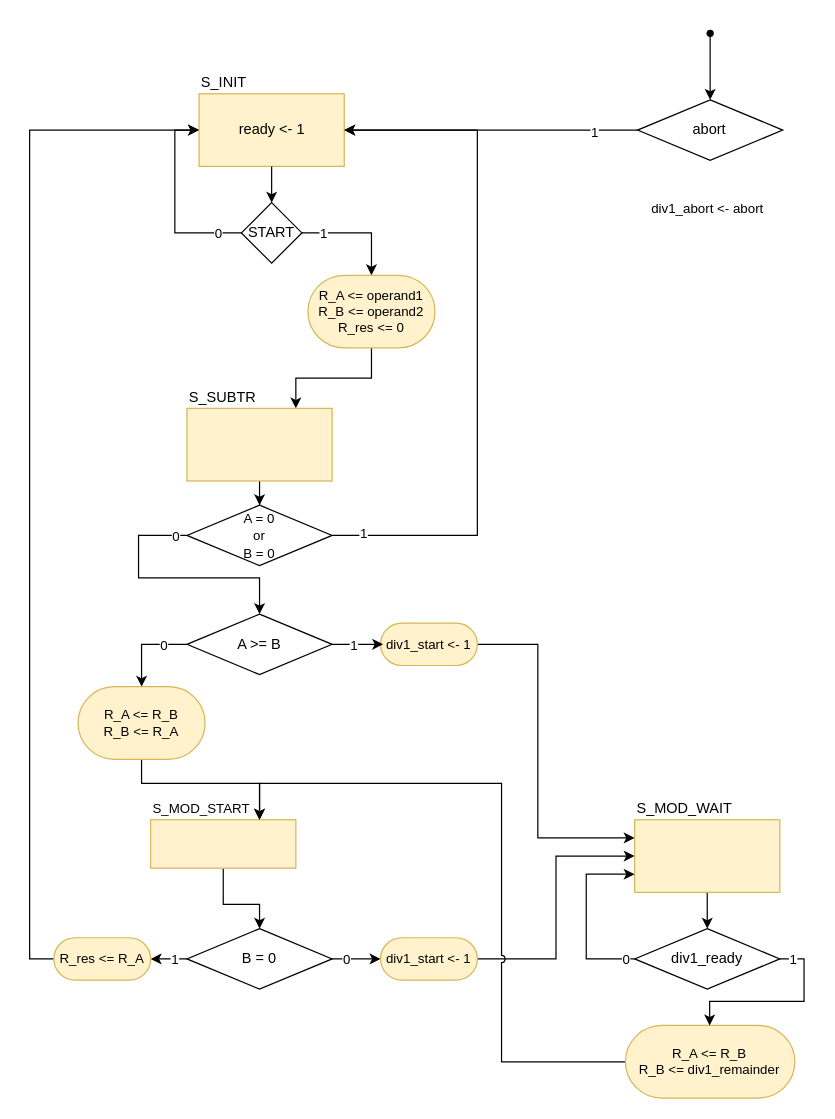
The draw.io diagram page "mcd_ctrl" (6 of 7) of ASMcharts/ASM.drawio in DavidTrevisan/calcolatori_elettronici_2025, before the edit. Source tidied: cells renumbered, new cells numbered last; positions are measured from the earlier drawing's top-left corner, leaving out a move shared by most shapes. Both pictures are drawn from the tidied source at 121%, with x=0, y=0 at pixel (29, 21).
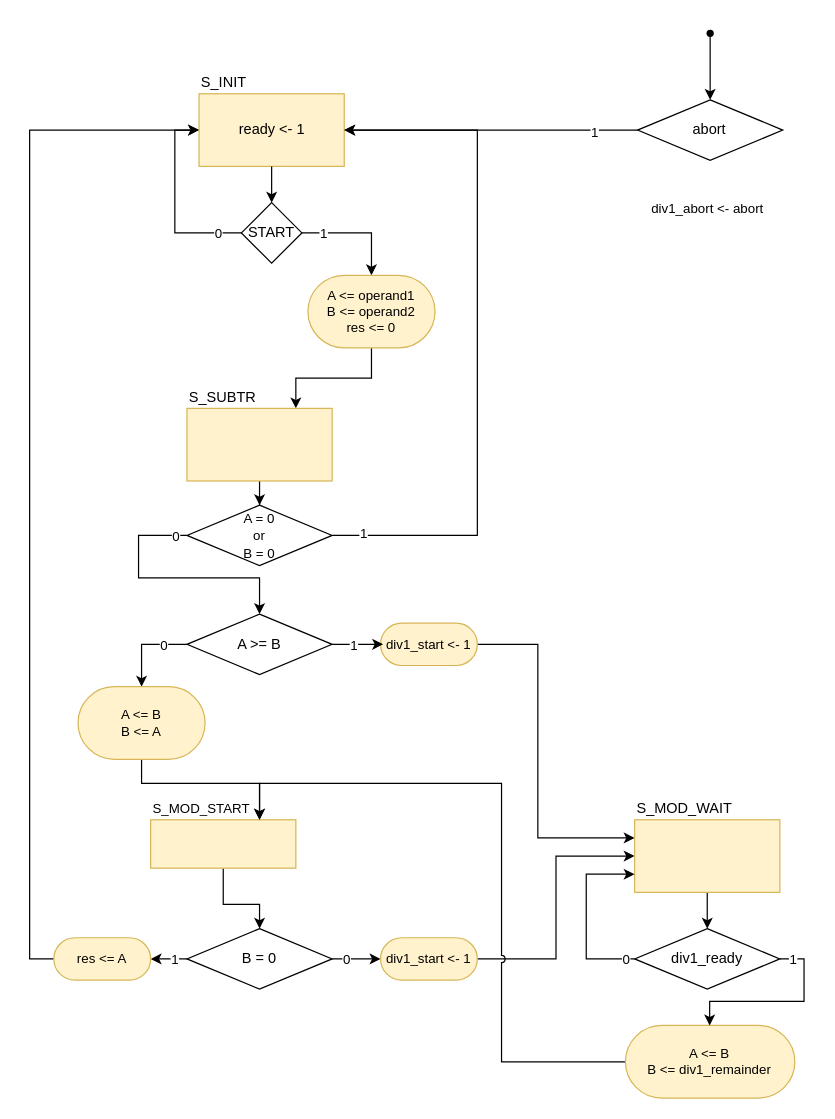
The same page after the edit.

The edit, as a diff of the source:
```diff
@@
-    <mxCell id="11" value="&lt;div&gt;R_A &amp;lt;= operand1&lt;/div&gt;&lt;div&gt;R_B &amp;lt;= operand2&lt;/div&gt;&lt;div&gt;R_res &amp;lt;= 0&lt;/div&gt;" style="rounded=1;whiteSpace=wrap;html=1;fontFamily=Helvetica;fontSize=11;labelBackgroundColor=none;fillColor=#fff2cc;strokeColor=#d6b656;arcSize=50;" parent="1" vertex="1">
+    <mxCell id="11" value="A &amp;lt;= operand1&lt;div&gt;B &amp;lt;= operand2&lt;/div&gt;&lt;div&gt;res &amp;lt;= 0&lt;/div&gt;" style="rounded=1;whiteSpace=wrap;html=1;fontFamily=Helvetica;fontSize=11;labelBackgroundColor=none;fillColor=#fff2cc;strokeColor=#d6b656;arcSize=50;" parent="1" vertex="1">
       <mxGeometry x="230" y="210" width="105" height="60" as="geometry" />
     </mxCell>
@@
-    <mxCell id="35" value="R_res &amp;lt;= R_A" style="rounded=1;whiteSpace=wrap;html=1;fontFamily=Helvetica;fontSize=11;labelBackgroundColor=none;fillColor=#fff2cc;strokeColor=#d6b656;arcSize=50;" parent="1" vertex="1">
+    <mxCell id="35" value="res &amp;lt;= A" style="rounded=1;whiteSpace=wrap;html=1;fontFamily=Helvetica;fontSize=11;labelBackgroundColor=none;fillColor=#fff2cc;strokeColor=#d6b656;arcSize=50;" parent="1" vertex="1">
       <mxGeometry x="20" y="757.5" width="80" height="35" as="geometry" />
     </mxCell>
@@
-    <mxCell id="41" value="&lt;div&gt;R_A &amp;lt;= R_B&lt;/div&gt;&lt;div&gt;R_B &amp;lt;= div1_remainder&lt;/div&gt;" style="rounded=1;whiteSpace=wrap;html=1;fontFamily=Helvetica;fontSize=11;labelBackgroundColor=none;fillColor=#fff2cc;strokeColor=#d6b656;arcSize=50;" parent="1" vertex="1">
+    <mxCell id="41" value="A &amp;lt;= B&lt;div&gt;B &amp;lt;= div1_remainder&lt;/div&gt;" style="rounded=1;whiteSpace=wrap;html=1;fontFamily=Helvetica;fontSize=11;labelBackgroundColor=none;fillColor=#fff2cc;strokeColor=#d6b656;arcSize=50;" parent="1" vertex="1">
       <mxGeometry x="492.4" y="830" width="140" height="60" as="geometry" />
     </mxCell>
@@
-    <mxCell id="53" value="&lt;div&gt;R_A &amp;lt;= R_B&lt;/div&gt;&lt;div&gt;R_B &amp;lt;= R_A&lt;/div&gt;" style="rounded=1;whiteSpace=wrap;html=1;fontFamily=Helvetica;fontSize=11;labelBackgroundColor=none;fillColor=#fff2cc;strokeColor=#d6b656;arcSize=50;" parent="1" vertex="1">
+    <mxCell id="53" value="A &amp;lt;= B&lt;div&gt;B &amp;lt;= A&lt;/div&gt;" style="rounded=1;whiteSpace=wrap;html=1;fontFamily=Helvetica;fontSize=11;labelBackgroundColor=none;fillColor=#fff2cc;strokeColor=#d6b656;arcSize=50;" parent="1" vertex="1">
       <mxGeometry x="40" y="550" width="105" height="60" as="geometry" />
     </mxCell>
```
